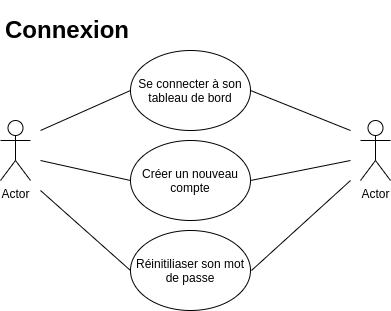
josayko-courses/LearnAtHome keeps this draw.io diagram as use_cases.drawio.png. Above is the earlier version. Source tidied: cells renumbered, new cells last; positions are measured from the earlier drawing's top-left corner, leaving out a move shared by most shapes.
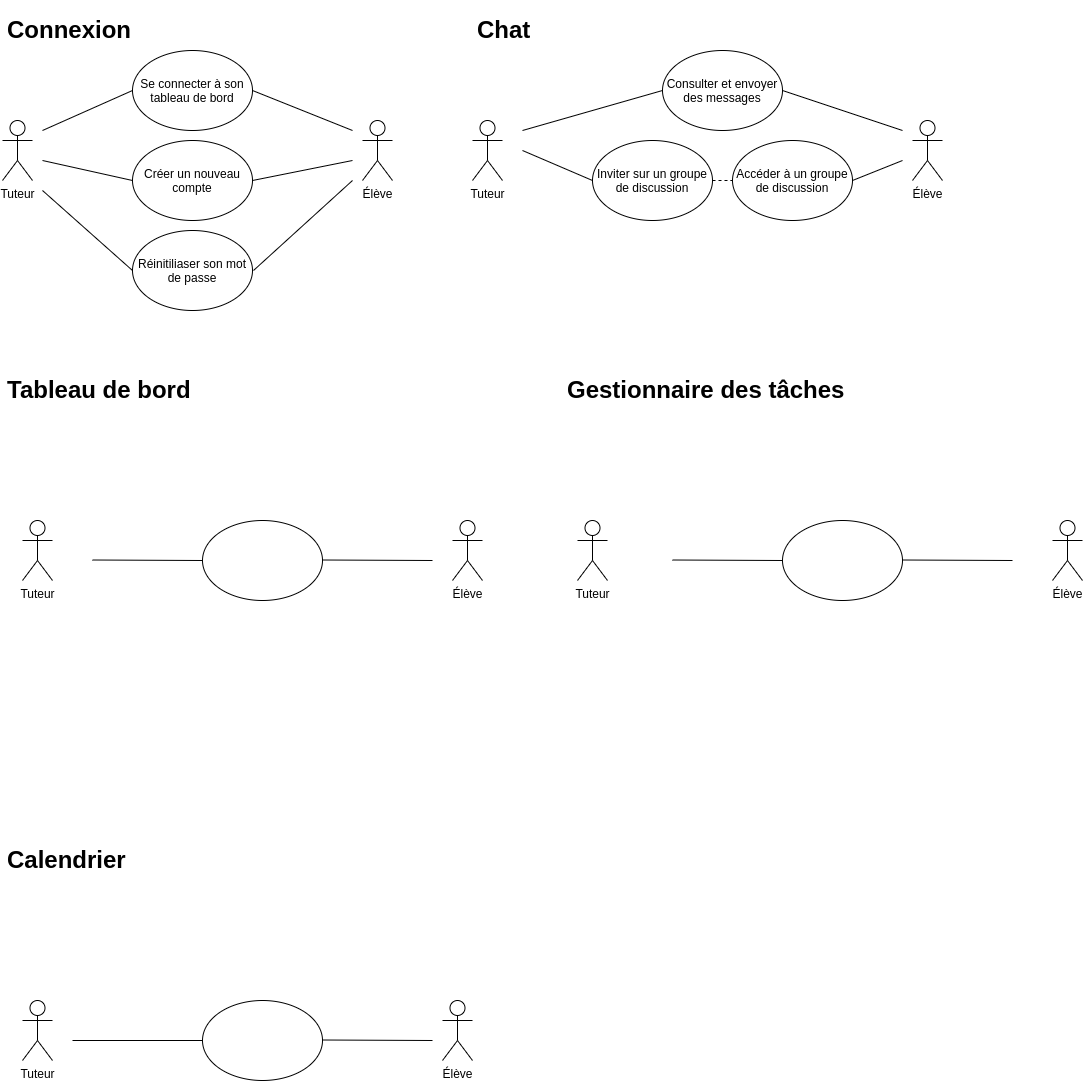
The same diagram one commit later.

Diff of the diagram source:
```diff
@@ -5,10 +5,10 @@
     <mxCell id="2" value="&lt;h1&gt;Connexion&lt;/h1&gt;" style="text;html=1;strokeColor=none;fillColor=none;spacing=5;spacingTop=-20;whiteSpace=wrap;overflow=hidden;rounded=0;" parent="1" vertex="1">
       <mxGeometry width="140" height="40" as="geometry" />
     </mxCell>
-    <mxCell id="3" value="Actor" style="shape=umlActor;verticalLabelPosition=bottom;verticalAlign=top;html=1;" parent="1" vertex="1">
+    <mxCell id="3" value="Tuteur" style="shape=umlActor;verticalLabelPosition=bottom;verticalAlign=top;html=1;" parent="1" vertex="1">
       <mxGeometry y="110" width="30" height="60" as="geometry" />
     </mxCell>
-    <mxCell id="4" value="Actor" style="shape=umlActor;verticalLabelPosition=bottom;verticalAlign=top;html=1;" parent="1" vertex="1">
+    <mxCell id="4" value="Élève" style="shape=umlActor;verticalLabelPosition=bottom;verticalAlign=top;html=1;" parent="1" vertex="1">
       <mxGeometry x="360" y="110" width="30" height="60" as="geometry" />
     </mxCell>
     <mxCell id="5" value="Se connecter à son tableau de bord" style="ellipse;whiteSpace=wrap;html=1;" parent="1" vertex="1">
@@ -54,5 +54,122 @@
         <mxPoint x="251" y="260" as="targetPoint" />
       </mxGeometry>
     </mxCell>
+    <mxCell id="14" value="&lt;h1&gt;Chat&lt;/h1&gt;" style="text;html=1;strokeColor=none;fillColor=none;spacing=5;spacingTop=-20;whiteSpace=wrap;overflow=hidden;rounded=0;" parent="1" vertex="1">
+      <mxGeometry x="470" width="70" height="40" as="geometry" />
+    </mxCell>
+    <mxCell id="15" value="Tuteur" style="shape=umlActor;verticalLabelPosition=bottom;verticalAlign=top;html=1;" parent="1" vertex="1">
+      <mxGeometry x="470" y="110" width="30" height="60" as="geometry" />
+    </mxCell>
+    <mxCell id="16" value="Élève" style="shape=umlActor;verticalLabelPosition=bottom;verticalAlign=top;html=1;" parent="1" vertex="1">
+      <mxGeometry x="910" y="110" width="30" height="60" as="geometry" />
+    </mxCell>
+    <mxCell id="17" value="Consulter et envoyer des messages" style="ellipse;whiteSpace=wrap;html=1;" parent="1" vertex="1">
+      <mxGeometry x="660" y="40" width="120" height="80" as="geometry" />
+    </mxCell>
+    <mxCell id="18" value="Accéder à un groupe de discussion" style="ellipse;whiteSpace=wrap;html=1;" parent="1" vertex="1">
+      <mxGeometry x="730" y="130" width="120" height="80" as="geometry" />
+    </mxCell>
+    <mxCell id="19" value="Inviter sur un groupe de discussion" style="ellipse;whiteSpace=wrap;html=1;" parent="1" vertex="1">
+      <mxGeometry x="590" y="130" width="120" height="80" as="geometry" />
+    </mxCell>
+    <mxCell id="20" style="endArrow=none;dashed=1;html=1;entryX=0;entryY=0.5;entryDx=0;entryDy=0;exitX=1;exitY=0.5;exitDx=0;exitDy=0;" parent="1" edge="1" source="19">
+      <mxGeometry relative="1" as="geometry">
+        <mxPoint x="730" y="170" as="targetPoint" />
+      </mxGeometry>
+    </mxCell>
+    <mxCell id="21" style="endArrow=none;html=1;" parent="1" edge="1">
+      <mxGeometry relative="1" as="geometry">
+        <mxPoint x="520" y="120" as="sourcePoint" />
+        <mxPoint x="660" y="80" as="targetPoint" />
+      </mxGeometry>
+    </mxCell>
+    <mxCell id="22" style="endArrow=none;html=1;" parent="1" edge="1">
+      <mxGeometry relative="1" as="geometry">
+        <mxPoint x="900" y="120" as="sourcePoint" />
+        <mxPoint x="780" y="80" as="targetPoint" />
+      </mxGeometry>
+    </mxCell>
+    <mxCell id="23" style="endArrow=none;html=1;" parent="1" edge="1">
+      <mxGeometry relative="1" as="geometry">
+        <mxPoint x="520" y="140" as="sourcePoint" />
+        <mxPoint x="590" y="170" as="targetPoint" />
+      </mxGeometry>
+    </mxCell>
+    <mxCell id="24" style="endArrow=none;html=1;exitX=1;exitY=0.5;exitDx=0;exitDy=0;" parent="1" edge="1" source="18">
+      <mxGeometry relative="1" as="geometry">
+        <mxPoint x="900" y="150" as="targetPoint" />
+      </mxGeometry>
+    </mxCell>
+    <mxCell id="25" value="&lt;h1&gt;Tableau de bord&lt;/h1&gt;" style="text;html=1;strokeColor=none;fillColor=none;spacing=5;spacingTop=-20;whiteSpace=wrap;overflow=hidden;rounded=0;" parent="1" vertex="1">
+      <mxGeometry y="360" width="200" height="40" as="geometry" />
+    </mxCell>
+    <mxCell id="26" value="&lt;h1&gt;Gestionnaire des tâches&lt;/h1&gt;" style="text;html=1;strokeColor=none;fillColor=none;spacing=5;spacingTop=-20;whiteSpace=wrap;overflow=hidden;rounded=0;" parent="1" vertex="1">
+      <mxGeometry x="560" y="360" width="289" height="40" as="geometry" />
+    </mxCell>
+    <mxCell id="27" value="&lt;h1&gt;Calendrier&lt;/h1&gt;" style="text;html=1;strokeColor=none;fillColor=none;spacing=5;spacingTop=-20;whiteSpace=wrap;overflow=hidden;rounded=0;" parent="1" vertex="1">
+      <mxGeometry y="830" width="140" height="40" as="geometry" />
+    </mxCell>
+    <mxCell id="28" value="Tuteur" style="shape=umlActor;verticalLabelPosition=bottom;verticalAlign=top;html=1;" parent="1" vertex="1">
+      <mxGeometry x="20" y="510" width="30" height="60" as="geometry" />
+    </mxCell>
+    <mxCell id="29" value="Tuteur" style="shape=umlActor;verticalLabelPosition=bottom;verticalAlign=top;html=1;" parent="1" vertex="1">
+      <mxGeometry x="575" y="510" width="30" height="60" as="geometry" />
+    </mxCell>
+    <mxCell id="30" value="Tuteur" style="shape=umlActor;verticalLabelPosition=bottom;verticalAlign=top;html=1;" parent="1" vertex="1">
+      <mxGeometry x="20" y="990" width="30" height="60" as="geometry" />
+    </mxCell>
+    <mxCell id="31" value="Élève" style="shape=umlActor;verticalLabelPosition=bottom;verticalAlign=top;html=1;" parent="1" vertex="1">
+      <mxGeometry x="450" y="510" width="30" height="60" as="geometry" />
+    </mxCell>
+    <mxCell id="32" value="Élève" style="shape=umlActor;verticalLabelPosition=bottom;verticalAlign=top;html=1;" parent="1" vertex="1">
+      <mxGeometry x="1050" y="510" width="30" height="60" as="geometry" />
+    </mxCell>
+    <mxCell id="33" style="ellipse;whiteSpace=wrap;html=1;" parent="1" vertex="1">
+      <mxGeometry x="200" y="510" width="120" height="80" as="geometry" />
+    </mxCell>
+    <mxCell id="34" style="ellipse;whiteSpace=wrap;html=1;" parent="1" vertex="1">
+      <mxGeometry x="780" y="510" width="120" height="80" as="geometry" />
+    </mxCell>
+    <mxCell id="35" value="Élève" style="shape=umlActor;verticalLabelPosition=bottom;verticalAlign=top;html=1;" parent="1" vertex="1">
+      <mxGeometry x="440" y="990" width="30" height="60" as="geometry" />
+    </mxCell>
+    <mxCell id="36" style="ellipse;whiteSpace=wrap;html=1;" parent="1" vertex="1">
+      <mxGeometry x="200" y="990" width="120" height="80" as="geometry" />
+    </mxCell>
+    <mxCell id="37" style="endArrow=none;html=1;entryX=0;entryY=0.5;entryDx=0;entryDy=0;" parent="1" edge="1" target="36">
+      <mxGeometry relative="1" as="geometry">
+        <mxPoint x="70" y="1030" as="sourcePoint" />
+      </mxGeometry>
+    </mxCell>
+    <mxCell id="38" style="endArrow=none;html=1;" parent="1" edge="1">
+      <mxGeometry relative="1" as="geometry">
+        <mxPoint x="320" y="1029.5" as="sourcePoint" />
+        <mxPoint x="430" y="1030" as="targetPoint" />
+      </mxGeometry>
+    </mxCell>
+    <mxCell id="39" style="endArrow=none;html=1;" parent="1" edge="1">
+      <mxGeometry relative="1" as="geometry">
+        <mxPoint x="320" y="549.5" as="sourcePoint" />
+        <mxPoint x="430" y="550" as="targetPoint" />
+      </mxGeometry>
+    </mxCell>
+    <mxCell id="40" style="endArrow=none;html=1;" parent="1" edge="1">
+      <mxGeometry relative="1" as="geometry">
+        <mxPoint x="90" y="549.5" as="sourcePoint" />
+        <mxPoint x="200" y="550" as="targetPoint" />
+      </mxGeometry>
+    </mxCell>
+    <mxCell id="41" style="endArrow=none;html=1;" parent="1" edge="1">
+      <mxGeometry relative="1" as="geometry">
+        <mxPoint x="670" y="549.5" as="sourcePoint" />
+        <mxPoint x="780" y="550" as="targetPoint" />
+      </mxGeometry>
+    </mxCell>
+    <mxCell id="42" style="endArrow=none;html=1;" parent="1" edge="1">
+      <mxGeometry relative="1" as="geometry">
+        <mxPoint x="900" y="549.5" as="sourcePoint" />
+        <mxPoint x="1010" y="550" as="targetPoint" />
+      </mxGeometry>
+    </mxCell>
   </root>
 </mxGraphModel>
```
